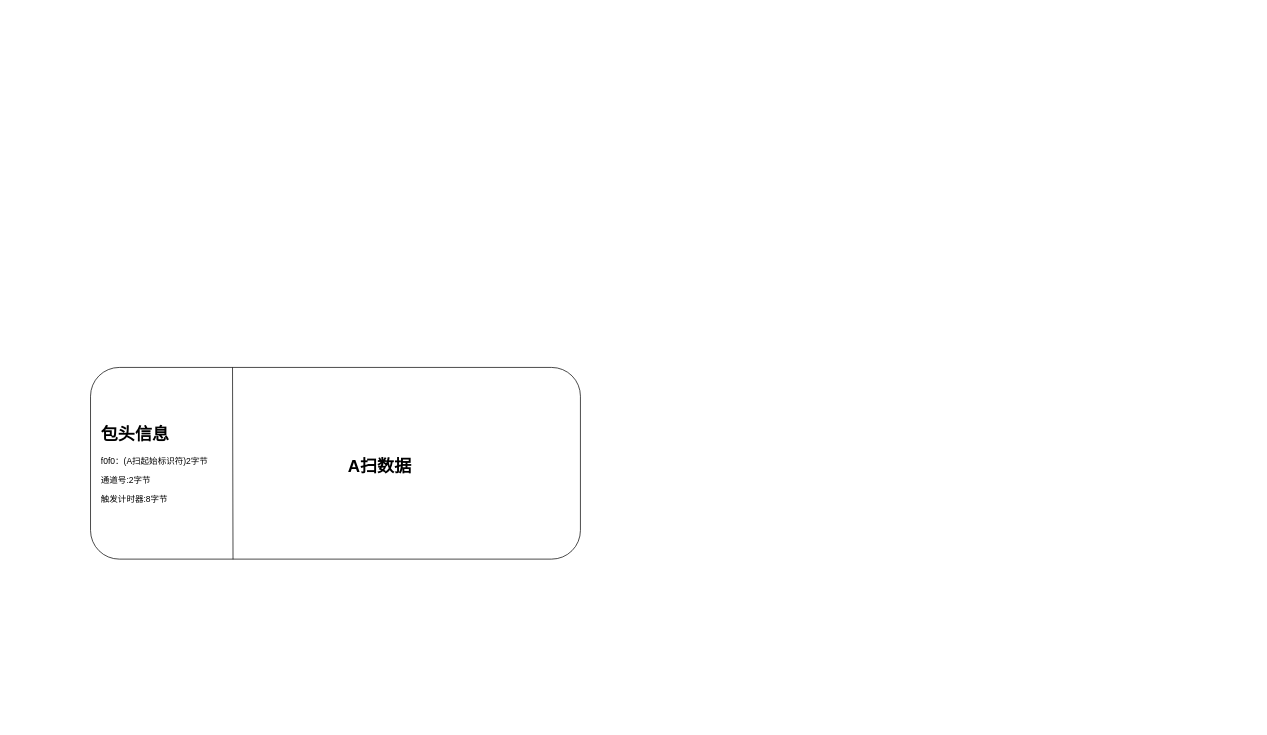
Earlier version of the draw.io diagram 数据包格式.drawio (5huanghuai/Diagram). Source tidied: cells renumbered, new cells numbered last; positions are measured from the earlier drawing's top-left corner, leaving out a move shared by most shapes. Both pictures are drawn from the tidied source at 71%, with x=0, y=0 at pixel (90, 367).
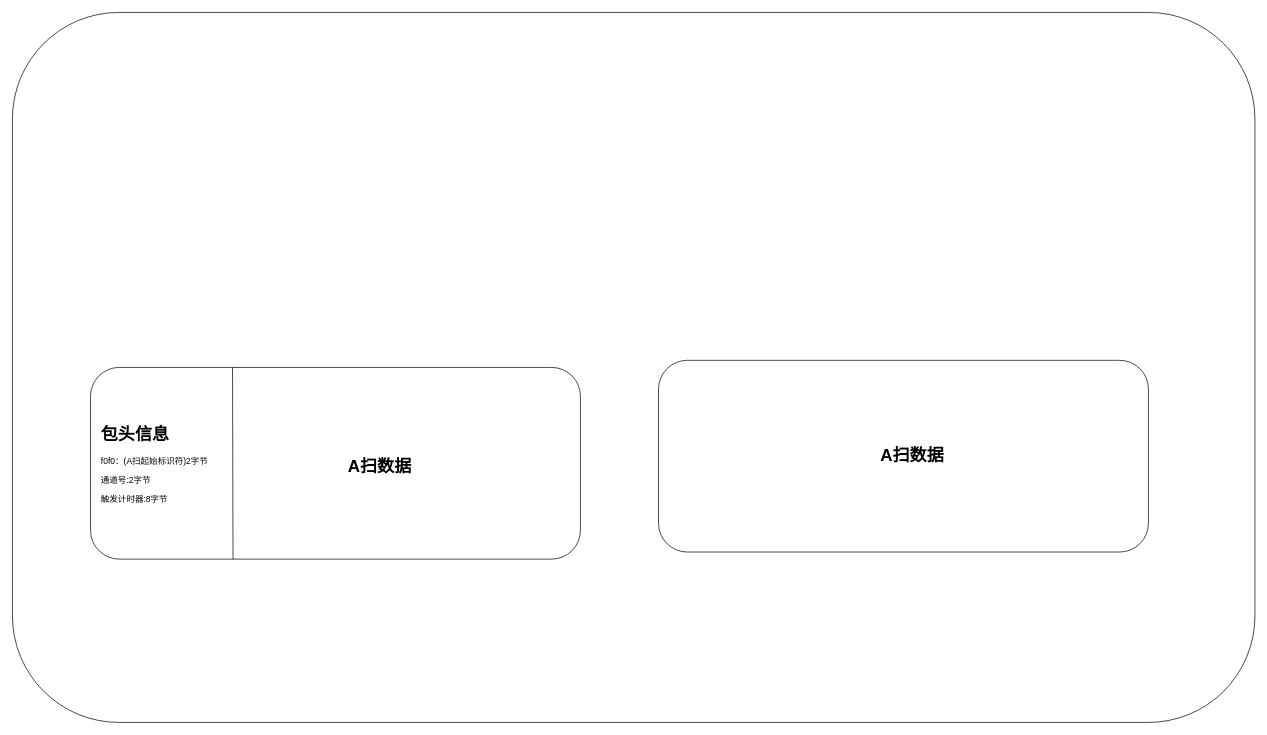
Above is the later version.

Commit message (it also covers changes not shown here):
更新数据包格式.drawio

What changed in the source:
```diff
@@
 <mxGraphModel>
   <root>
     <mxCell id="0" />
     <mxCell id="1" parent="0" />
+    <mxCell id="6" style="rounded=1;whiteSpace=wrap;html=1;" parent="1" vertex="1">
+      <mxGeometry x="-110" y="-500" width="1750" height="1000" as="geometry" />
+    </mxCell>
     <mxCell id="2" style="rounded=1;whiteSpace=wrap;html=1;" parent="1" vertex="1">
       <mxGeometry width="690" height="270" as="geometry" />
     </mxCell>
     <mxCell id="3" style="endArrow=none;html=1;rounded=0;exitX=0.073;exitY=1;exitDx=0;exitDy=0;exitPerimeter=0;entryX=0.072;entryY=-0.001;entryDx=0;entryDy=0;entryPerimeter=0;" parent="1" edge="1">
       <mxGeometry relative="1" as="geometry">
         <mxPoint x="200.7" y="270.3" as="sourcePoint" />
         <mxPoint x="200" as="targetPoint" />
       </mxGeometry>
     </mxCell>
     <mxCell id="4" value="&lt;h1&gt;包头信息&lt;/h1&gt;&lt;p&gt;f0f0：(A扫起始标识符)2字节&lt;/p&gt;&lt;p&gt;通道号:2字节&lt;/p&gt;&lt;p&gt;触发计时器:8字节&lt;/p&gt;" style="text;html=1;strokeColor=none;fillColor=none;spacing=5;spacingTop=-20;whiteSpace=wrap;overflow=hidden;rounded=0;" parent="1" vertex="1">
       <mxGeometry x="10" y="75" width="190" height="120" as="geometry" />
     </mxCell>
     <mxCell id="5" value="&lt;b&gt;&lt;font style=&quot;font-size: 24px;&quot;&gt;A扫数据&lt;/font&gt;&lt;/b&gt;" style="text;html=1;strokeColor=none;fillColor=none;align=center;verticalAlign=middle;whiteSpace=wrap;rounded=0;" parent="1" vertex="1">
       <mxGeometry x="290" y="85" width="235" height="110" as="geometry" />
     </mxCell>
+    <mxCell id="7" style="rounded=1;whiteSpace=wrap;html=1;" parent="1" vertex="1">
+      <mxGeometry x="800" y="-10" width="690" height="270" as="geometry" />
+    </mxCell>
+    <mxCell id="8" value="&lt;b&gt;&lt;font style=&quot;font-size: 24px;&quot;&gt;A扫数据&lt;/font&gt;&lt;/b&gt;" style="text;html=1;strokeColor=none;fillColor=none;align=center;verticalAlign=middle;whiteSpace=wrap;rounded=0;" parent="1" vertex="1">
+      <mxGeometry x="1040" y="70" width="235" height="110" as="geometry" />
+    </mxCell>
   </root>
 </mxGraphModel>
```
